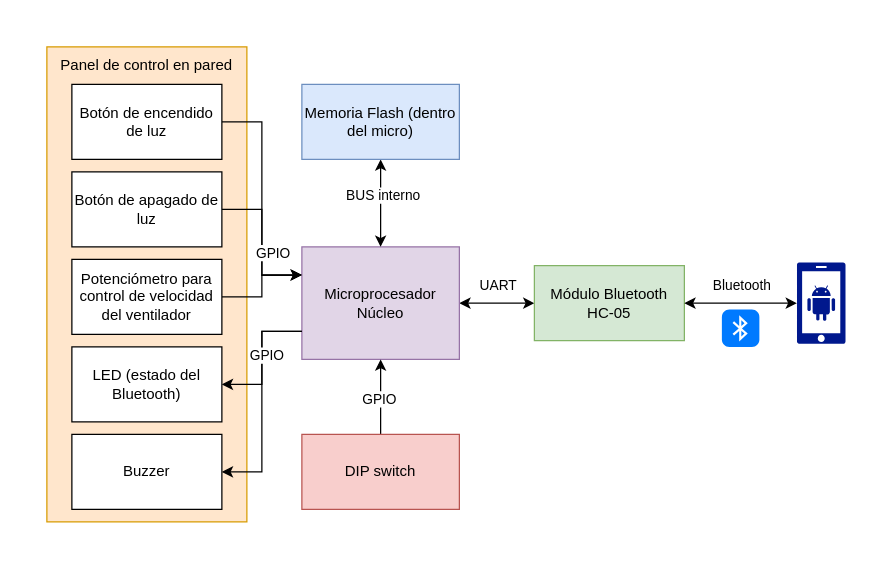
Before: diagrama en bloques.drawio in Embebidos-Fran-Marcos-Nacho/tdse-tf_1-2, a draw.io diagram. Source tidied: cells renumbered, new cells numbered last; positions are measured from the earlier drawing's top-left corner, leaving out a move shared by most shapes. Both pictures are drawn from the tidied source at 125%, with x=0, y=0 at pixel (46, 46).
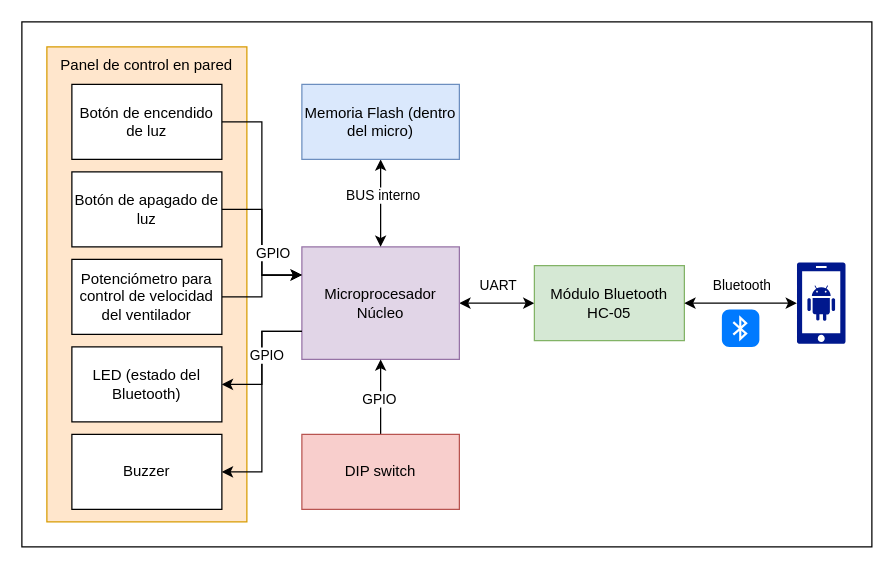
The same diagram, later.

What changed in the source:
```diff
@@
+    <mxCell id="30" style="rounded=0;whiteSpace=wrap;html=1;fillColor=none;" parent="1" vertex="1">
+      <mxGeometry x="-20" y="-20" width="680" height="420" as="geometry" />
+    </mxCell>
```
